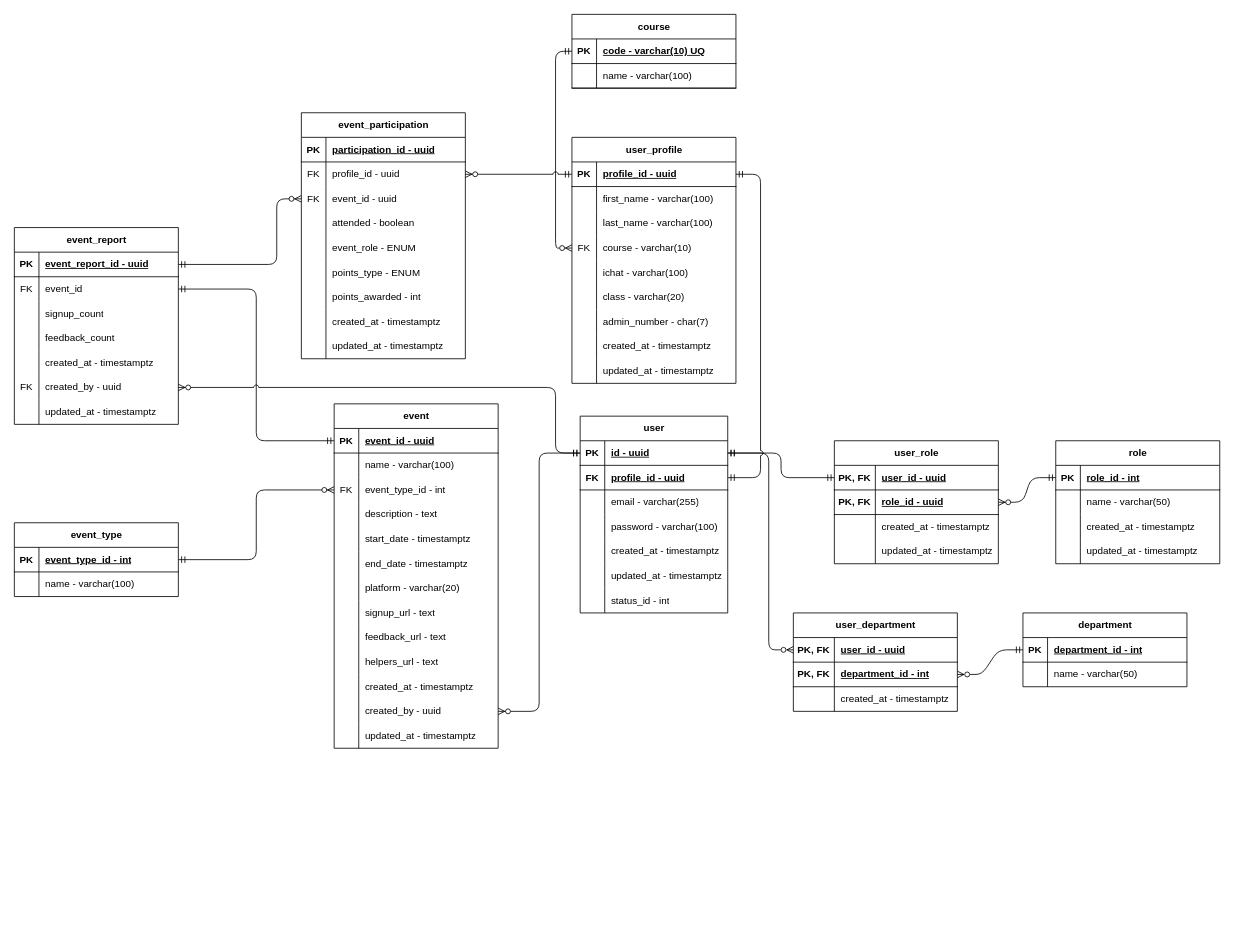
Before: documentation/entity-diagram.drawio in proj-root/project-auxilium, a draw.io diagram. Source tidied: cells renumbered, new cells numbered last; positions are measured from the earlier drawing's top-left corner, leaving out a move shared by most shapes. Both pictures are drawn from the tidied source at 82%, with x=0, y=0 at pixel (14, 14).
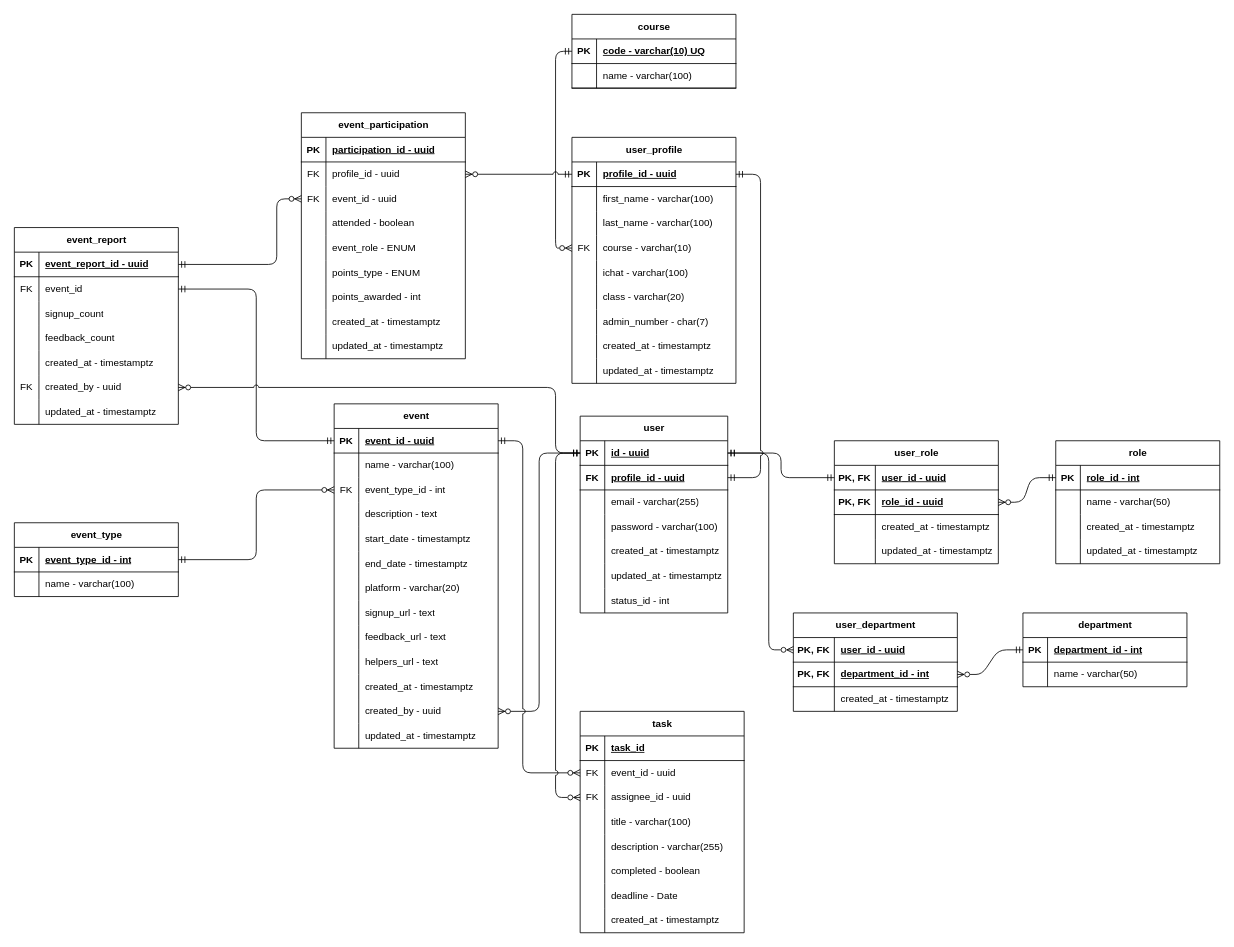
The same diagram, later.

Commit message (it also covers changes not shown here):
feat: added user event role table and routes to assign users to events

The change refers to these unchanged cells:
```xml
<mxCell id="31" style="shape=tableRow;horizontal=0;startSize=0;swimlaneHead=0;swimlaneBody=0;fillColor=none;points=[[0,0.5],[1,0.5]];portConstraint=eastwest;top=0;left=0;right=0;bottom=1;" parent="30" vertex="1">
  <mxGeometry y="30" width="180" height="30" as="geometry" />
</mxCell>
<mxCell id="81" style="shape=tableRow;horizontal=0;startSize=0;swimlaneHead=0;swimlaneBody=0;fillColor=none;points=[[0,0.5],[1,0.5]];portConstraint=eastwest;top=0;left=0;right=0;bottom=1;" parent="80" vertex="1">
  <mxGeometry y="30" width="200" height="30" as="geometry" />
</mxCell>
```

What changed in the source:
```diff
@@
+    <mxCell id="211" value="task" style="shape=table;startSize=30;childLayout=tableLayout;rowLines=0;fontStyle=1;align=center;html=1;" parent="1" vertex="1">
+      <mxGeometry x="690" y="850" width="200" height="270" as="geometry" />
+    </mxCell>
+    <mxCell id="212" style="shape=tableRow;horizontal=0;startSize=0;swimlaneHead=0;swimlaneBody=0;fillColor=none;top=0;left=0;right=0;bottom=1;" parent="211" vertex="1">
+      <mxGeometry y="30" width="200" height="30" as="geometry" />
+    </mxCell>
+    <mxCell id="213" value="PK" style="shape=partialRectangle;fillColor=none;top=0;left=0;bottom=0;right=0;fontStyle=1;overflow=hidden;whiteSpace=wrap;html=1;" parent="212" vertex="1">
+      <mxGeometry width="30" height="30" as="geometry" />
+    </mxCell>
+    <mxCell id="214" value="task_id" style="shape=partialRectangle;fillColor=none;top=0;left=0;bottom=0;right=0;align=left;spacingLeft=6;fontStyle=5;overflow=hidden;whiteSpace=wrap;html=1;" parent="212" vertex="1">
+      <mxGeometry x="30" width="170" height="30" as="geometry" />
+    </mxCell>
+    <mxCell id="215" style="shape=tableRow;horizontal=0;startSize=0;swimlaneHead=0;swimlaneBody=0;fillColor=none;points=[[0,0.5],[1,0.5]];portConstraint=eastwest;top=0;left=0;right=0;bottom=0;" parent="211" vertex="1">
+      <mxGeometry y="60" width="200" height="30" as="geometry" />
+    </mxCell>
+    <mxCell id="216" value="FK" style="shape=partialRectangle;fillColor=none;top=0;left=0;bottom=0;right=0;overflow=hidden;whiteSpace=wrap;html=1;" parent="215" vertex="1">
+      <mxGeometry width="30" height="30" as="geometry" />
+    </mxCell>
+    <mxCell id="217" value="event_id - uuid" style="shape=partialRectangle;fillColor=none;top=0;left=0;bottom=0;right=0;align=left;spacingLeft=6;overflow=hidden;whiteSpace=wrap;html=1;" parent="215" vertex="1">
+      <mxGeometry x="30" width="170" height="30" as="geometry" />
+    </mxCell>
+    <mxCell id="218" style="shape=tableRow;horizontal=0;startSize=0;swimlaneHead=0;swimlaneBody=0;fillColor=none;points=[[0,0.5],[1,0.5]];portConstraint=eastwest;top=0;left=0;right=0;bottom=0;" parent="211" vertex="1">
+      <mxGeometry y="90" width="200" height="30" as="geometry" />
+    </mxCell>
+    <mxCell id="219" value="FK" style="shape=partialRectangle;fillColor=none;top=0;left=0;bottom=0;right=0;overflow=hidden;whiteSpace=wrap;html=1;" parent="218" vertex="1">
+      <mxGeometry width="30" height="30" as="geometry" />
+    </mxCell>
+    <mxCell id="220" value="assignee_id - uuid" style="shape=partialRectangle;fillColor=none;top=0;left=0;bottom=0;right=0;align=left;spacingLeft=6;overflow=hidden;whiteSpace=wrap;html=1;" parent="218" vertex="1">
+      <mxGeometry x="30" width="170" height="30" as="geometry" />
+    </mxCell>
+    <mxCell id="221" style="shape=tableRow;horizontal=0;startSize=0;swimlaneHead=0;swimlaneBody=0;fillColor=none;top=0;left=0;right=0;bottom=0;" parent="211" vertex="1">
+      <mxGeometry y="120" width="200" height="30" as="geometry" />
+    </mxCell>
+    <mxCell id="222" style="shape=partialRectangle;fillColor=none;top=0;left=0;bottom=0;right=0;overflow=hidden;whiteSpace=wrap;html=1;" parent="221" vertex="1">
+      <mxGeometry width="30" height="30" as="geometry" />
+    </mxCell>
+    <mxCell id="223" value="title - varchar(100)" style="shape=partialRectangle;fillColor=none;top=0;left=0;bottom=0;right=0;align=left;spacingLeft=6;overflow=hidden;whiteSpace=wrap;html=1;" parent="221" vertex="1">
+      <mxGeometry x="30" width="170" height="30" as="geometry" />
+    </mxCell>
+    <mxCell id="224" style="shape=tableRow;horizontal=0;startSize=0;swimlaneHead=0;swimlaneBody=0;fillColor=none;top=0;left=0;right=0;bottom=0;" parent="211" vertex="1">
+      <mxGeometry y="150" width="200" height="30" as="geometry" />
+    </mxCell>
+    <mxCell id="225" style="shape=partialRectangle;fillColor=none;top=0;left=0;bottom=0;right=0;overflow=hidden;whiteSpace=wrap;html=1;" parent="224" vertex="1">
+      <mxGeometry width="30" height="30" as="geometry" />
+    </mxCell>
+    <mxCell id="226" value="description - varchar(255)" style="shape=partialRectangle;fillColor=none;top=0;left=0;bottom=0;right=0;align=left;spacingLeft=6;overflow=hidden;whiteSpace=wrap;html=1;" parent="224" vertex="1">
+      <mxGeometry x="30" width="170" height="30" as="geometry" />
+    </mxCell>
+    <mxCell id="227" style="shape=tableRow;horizontal=0;startSize=0;swimlaneHead=0;swimlaneBody=0;fillColor=none;top=0;left=0;right=0;bottom=0;" parent="211" vertex="1">
+      <mxGeometry y="180" width="200" height="30" as="geometry" />
+    </mxCell>
+    <mxCell id="228" style="shape=partialRectangle;fillColor=none;top=0;left=0;bottom=0;right=0;overflow=hidden;whiteSpace=wrap;html=1;" parent="227" vertex="1">
+      <mxGeometry width="30" height="30" as="geometry" />
+    </mxCell>
+    <mxCell id="229" value="completed - boolean" style="shape=partialRectangle;fillColor=none;top=0;left=0;bottom=0;right=0;align=left;spacingLeft=6;overflow=hidden;whiteSpace=wrap;html=1;" parent="227" vertex="1">
+      <mxGeometry x="30" width="170" height="30" as="geometry" />
+    </mxCell>
+    <mxCell id="230" style="shape=tableRow;horizontal=0;startSize=0;swimlaneHead=0;swimlaneBody=0;fillColor=none;top=0;left=0;right=0;bottom=0;" parent="211" vertex="1">
+      <mxGeometry y="210" width="200" height="30" as="geometry" />
+    </mxCell>
+    <mxCell id="231" style="shape=partialRectangle;fillColor=none;top=0;left=0;bottom=0;right=0;overflow=hidden;whiteSpace=wrap;html=1;" parent="230" vertex="1">
+      <mxGeometry width="30" height="30" as="geometry" />
+    </mxCell>
+    <mxCell id="232" value="deadline - Date" style="shape=partialRectangle;fillColor=none;top=0;left=0;bottom=0;right=0;align=left;spacingLeft=6;overflow=hidden;whiteSpace=wrap;html=1;" parent="230" vertex="1">
+      <mxGeometry x="30" width="170" height="30" as="geometry" />
+    </mxCell>
+    <mxCell id="233" style="shape=tableRow;horizontal=0;startSize=0;swimlaneHead=0;swimlaneBody=0;fillColor=none;top=0;left=0;right=0;bottom=0;" parent="211" vertex="1">
+      <mxGeometry y="240" width="200" height="30" as="geometry" />
+    </mxCell>
+    <mxCell id="234" style="shape=partialRectangle;fillColor=none;top=0;left=0;bottom=0;right=0;overflow=hidden;whiteSpace=wrap;html=1;" parent="233" vertex="1">
+      <mxGeometry width="30" height="30" as="geometry" />
+    </mxCell>
+    <mxCell id="235" value="created_at - timestamptz" style="shape=partialRectangle;fillColor=none;top=0;left=0;bottom=0;right=0;align=left;spacingLeft=6;overflow=hidden;whiteSpace=wrap;html=1;" parent="233" vertex="1">
+      <mxGeometry x="30" width="170" height="30" as="geometry" />
+    </mxCell>
+    <mxCell id="236" style="edgeStyle=orthogonalEdgeStyle;fontSize=12;html=1;endArrow=ERzeroToMany;startArrow=ERmandOne;exitX=1;exitY=0.5;exitDx=0;exitDy=0;entryX=0;entryY=0.5;entryDx=0;entryDy=0;jumpStyle=arc;" parent="1" edge="1" source="81" target="215">
+      <mxGeometry relative="1" as="geometry">
+        <Array as="points">
+          <mxPoint x="620" y="520" />
+          <mxPoint x="620" y="925" />
+        </Array>
+      </mxGeometry>
+    </mxCell>
+    <mxCell id="237" style="edgeStyle=orthogonalEdgeStyle;fontSize=12;html=1;endArrow=ERmandOne;startArrow=ERzeroToMany;startFill=0;endFill=0;entryX=0;entryY=0.5;entryDx=0;entryDy=0;exitX=0;exitY=0.5;exitDx=0;exitDy=0;jumpStyle=arc;" parent="1" edge="1" source="218" target="31">
+      <mxGeometry relative="1" as="geometry">
+        <Array as="points">
+          <mxPoint x="660" y="955" />
+          <mxPoint x="660" y="535" />
+        </Array>
+      </mxGeometry>
+    </mxCell>
```
